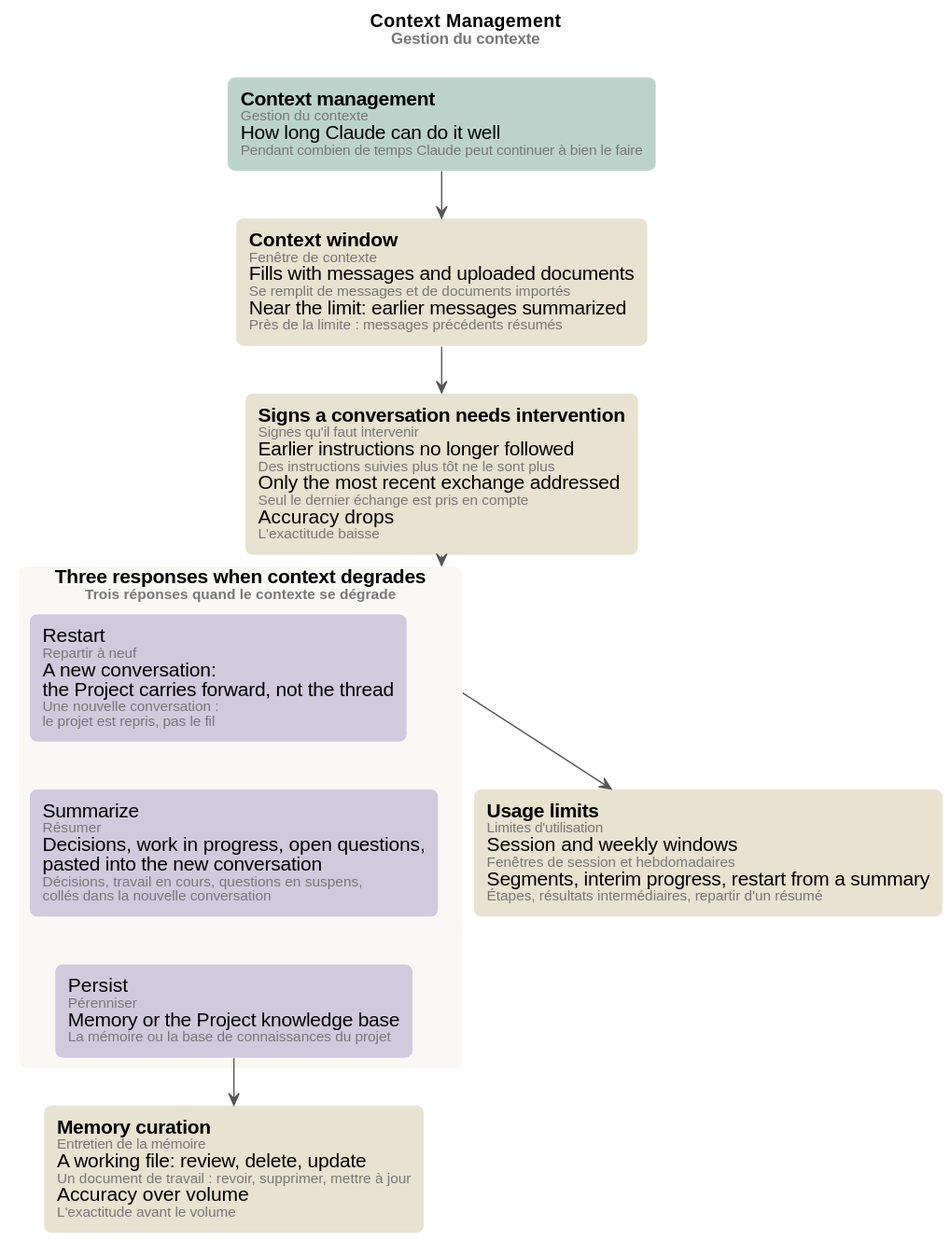
The PlantUML diagram 03-claude-platform-and-model-foundations/mindmap/context-management.svg in ltruchot/anthropic-academy-ai-glossary, before a commit. Source of this version:
```plantuml
@startuml
!pragma layout smetana

skinparam defaultFontName Helvetica
skinparam shadowing false
skinparam roundCorner 12
skinparam ArrowColor #555555
skinparam rectangle {
  BorderColor #FFFFFF
  FontSize 15
}
<style>
rectangle {
  MinimumWidth 230
}
</style>

title Context Management\n<size:12><color:#777>Gestion du contexte</color></size>

rectangle "**Context management**\n<size:11><color:#777>Gestion du contexte</color></size>\nHow long Claude can do it well\n<size:11><color:#777>Pendant combien de temps Claude peut continuer à bien le faire</color></size>" as CM #BCD3CB

rectangle "**Context window**\n<size:11><color:#777>Fenêtre de contexte</color></size>\nFills with messages and uploaded documents\n<size:11><color:#777>Se remplit de messages et de documents importés</color></size>\nNear the limit: earlier messages summarized\n<size:11><color:#777>Près de la limite : messages précédents résumés</color></size>" as CW #E8E2D0

rectangle "**Signs a conversation needs intervention**\n<size:11><color:#777>Signes qu'il faut intervenir</color></size>\nEarlier instructions no longer followed\n<size:11><color:#777>Des instructions suivies plus tôt ne le sont plus</color></size>\nOnly the most recent exchange addressed\n<size:11><color:#777>Seul le dernier échange est pris en compte</color></size>\nAccuracy drops\n<size:11><color:#777>L'exactitude baisse</color></size>" as SI #E8E2D0

rectangle "**Three responses when context degrades**\n<size:11><color:#777>Trois réponses quand le contexte se dégrade</color></size>" as TR #F9F8F4 {
  rectangle "Restart\n<size:11><color:#777>Repartir à neuf</color></size>\nA new conversation:\nthe Project carries forward, not the thread\n<size:11><color:#777>Une nouvelle conversation :</color></size>\n<size:11><color:#777>le projet est repris, pas le fil</color></size>" as RS #CFCBDD
  rectangle "Summarize\n<size:11><color:#777>Résumer</color></size>\nDecisions, work in progress, open questions,\npasted into the new conversation\n<size:11><color:#777>Décisions, travail en cours, questions en suspens,</color></size>\n<size:11><color:#777>collés dans la nouvelle conversation</color></size>" as SU #CFCBDD
  rectangle "Persist\n<size:11><color:#777>Pérenniser</color></size>\nMemory or the Project knowledge base\n<size:11><color:#777>La mémoire ou la base de connaissances du projet</color></size>" as PE #CFCBDD
}

rectangle "**Memory curation**\n<size:11><color:#777>Entretien de la mémoire</color></size>\nA working file: review, delete, update\n<size:11><color:#777>Un document de travail : revoir, supprimer, mettre à jour</color></size>\nAccuracy over volume\n<size:11><color:#777>L'exactitude avant le volume</color></size>" as MC #E8E2D0

rectangle "**Usage limits**\n<size:11><color:#777>Limites d'utilisation</color></size>\nSession and weekly windows\n<size:11><color:#777>Fenêtres de session et hebdomadaires</color></size>\nSegments, interim progress, restart from a summary\n<size:11><color:#777>Étapes, résultats intermédiaires, repartir d'un résumé</color></size>" as UL #E8E2D0

RS -[hidden]down- SU
SU -[hidden]down- PE

CM --> CW
CW --> SI
SI --> TR
PE --> MC
TR --> UL
@enduml
```
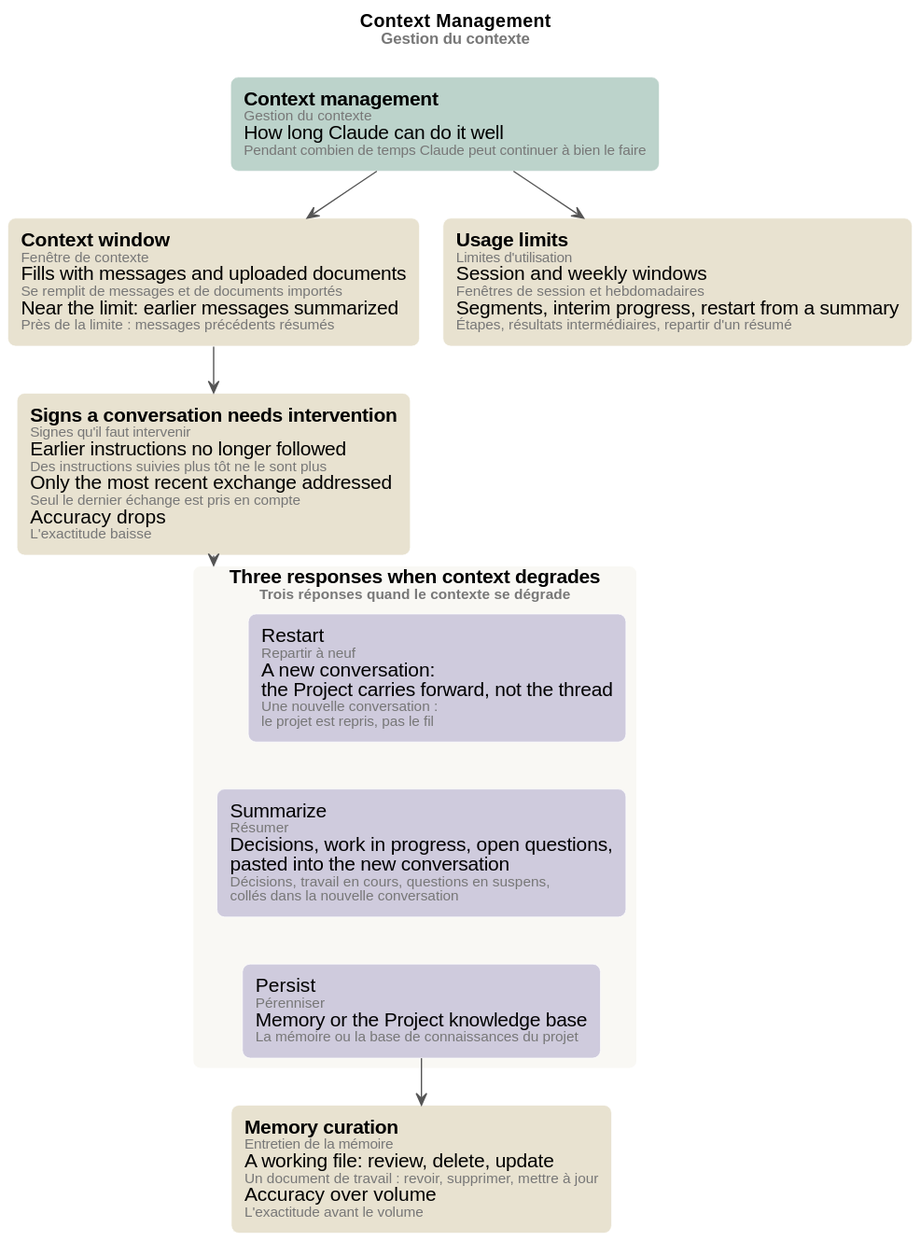
The same file after the commit.

The edit, as a diff of the source:
```diff
@@ -40,5 +40,5 @@
 CW --> SI
 SI --> TR
 PE --> MC
-TR --> UL
+CM --> UL
 @enduml
```
